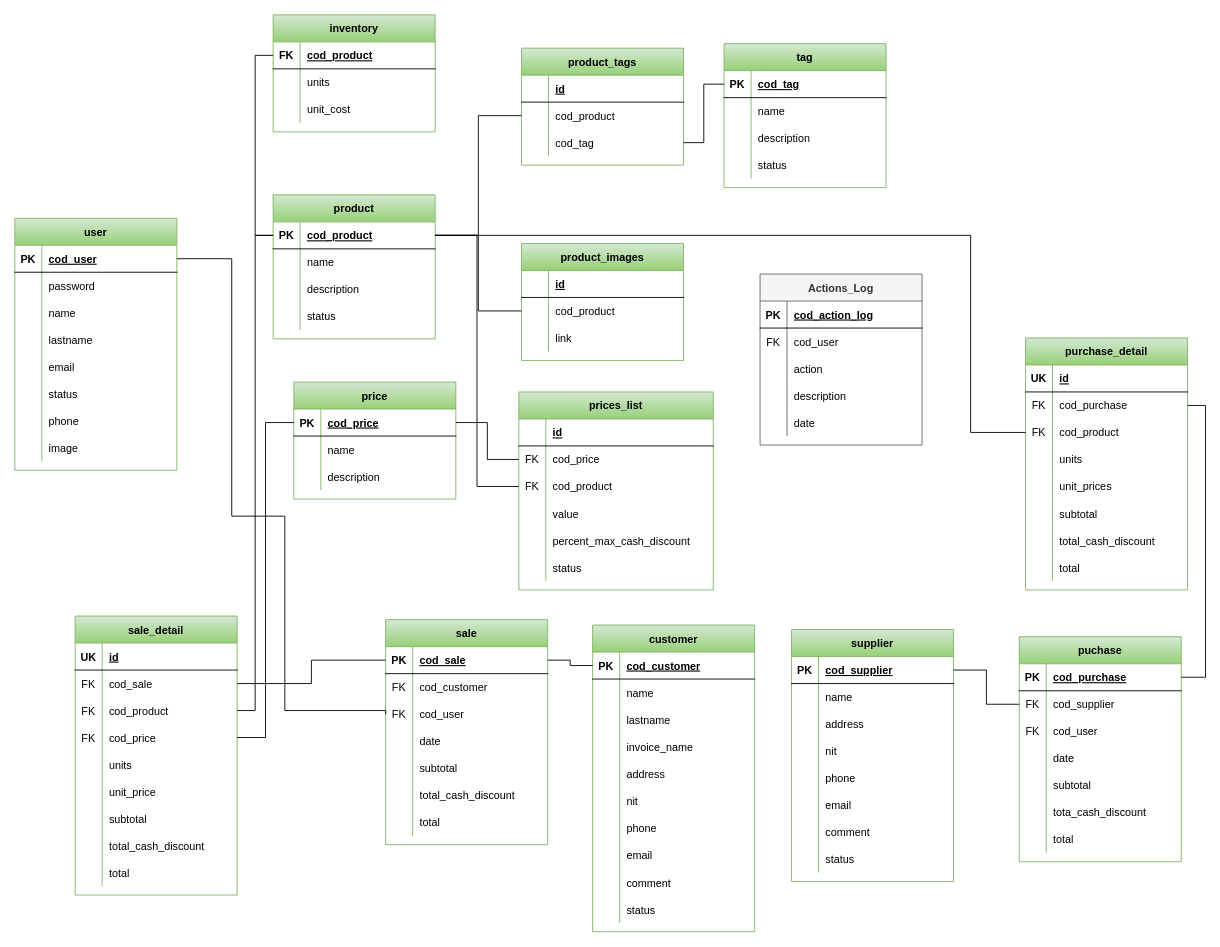
Earlier version of the draw.io diagram page "Modelo de Datos" (2 of 2) of src/docs/Diagramas.drawio (bryanSolares/backend_pos). Source tidied: cells renumbered, new cells numbered last; positions are measured from the earlier drawing's top-left corner, leaving out a move shared by most shapes. Both pictures are drawn from the tidied source at 90%, with x=0, y=0 at pixel (14, 14).
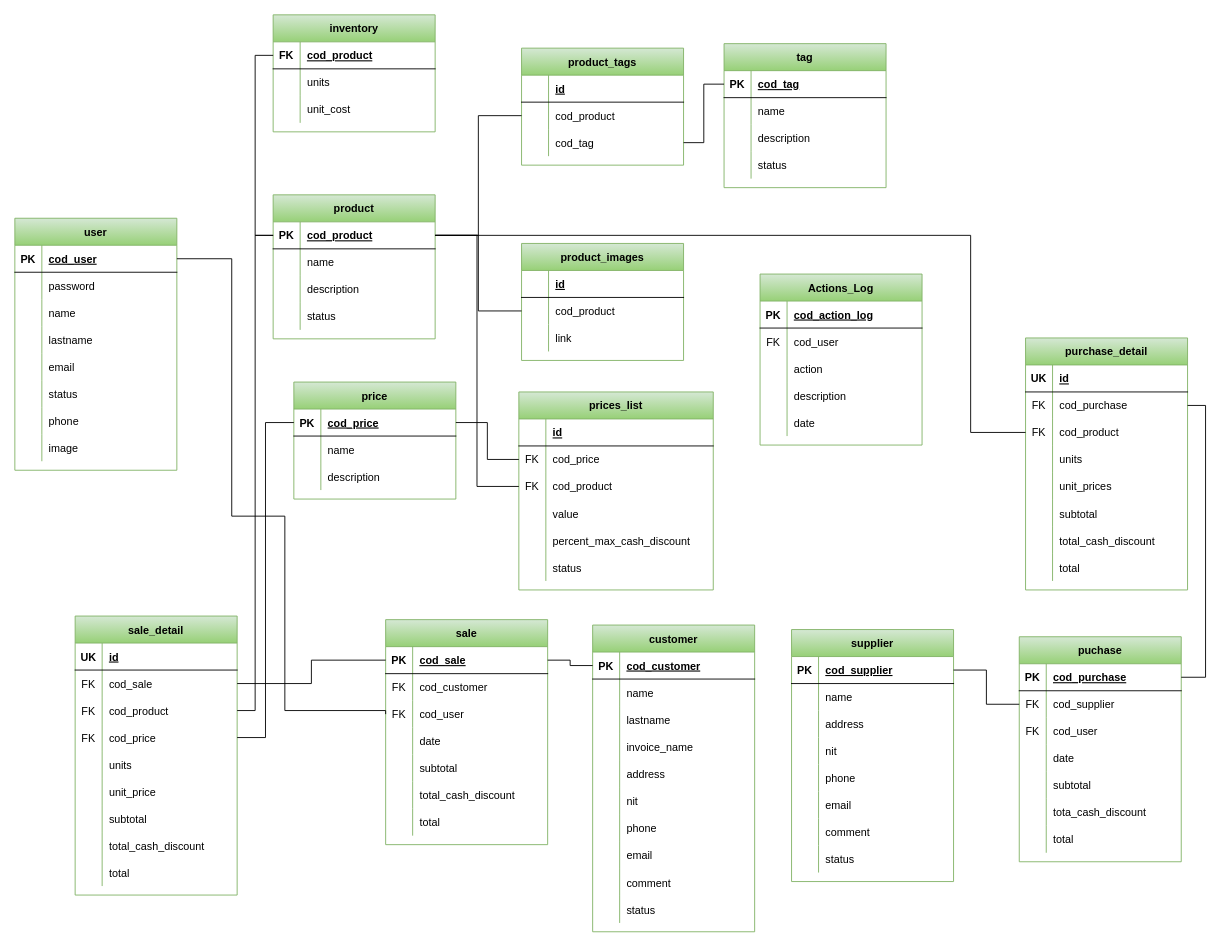
Above is the later version.

The edit, as a diff of the source:
```diff
@@
-    <mxCell id="255" value="Actions_Log" style="shape=table;startSize=30;childLayout=tableLayout;rowLines=0;fontStyle=1;align=center;fillColor=#f5f5f5;fontColor=#333333;strokeColor=#666666;" parent="1" vertex="1">
+    <mxCell id="255" value="Actions_Log" style="shape=table;startSize=30;childLayout=tableLayout;rowLines=0;fontStyle=1;align=center;fillColor=#d5e8d4;strokeColor=#82b366;gradientColor=#97d077;" parent="1" vertex="1">
       <mxGeometry x="828" y="288" width="180" height="190" as="geometry" />
     </mxCell>
```
